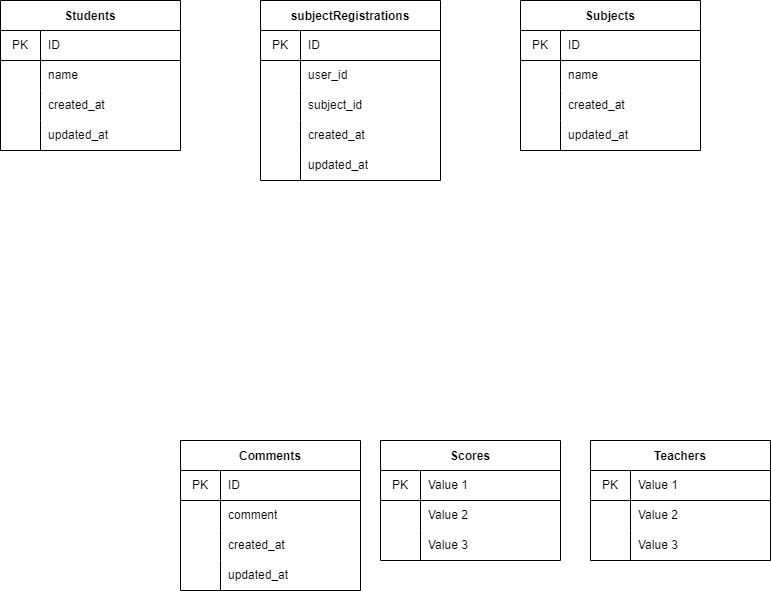
Earlier version of the draw.io export 20221026koyanagi/index.drawio.png (yuki-zirushi/PowerStruggle). Source tidied: cells renumbered, new cells last; positions are measured from the earlier drawing's top-left corner, leaving out a move shared by most shapes.
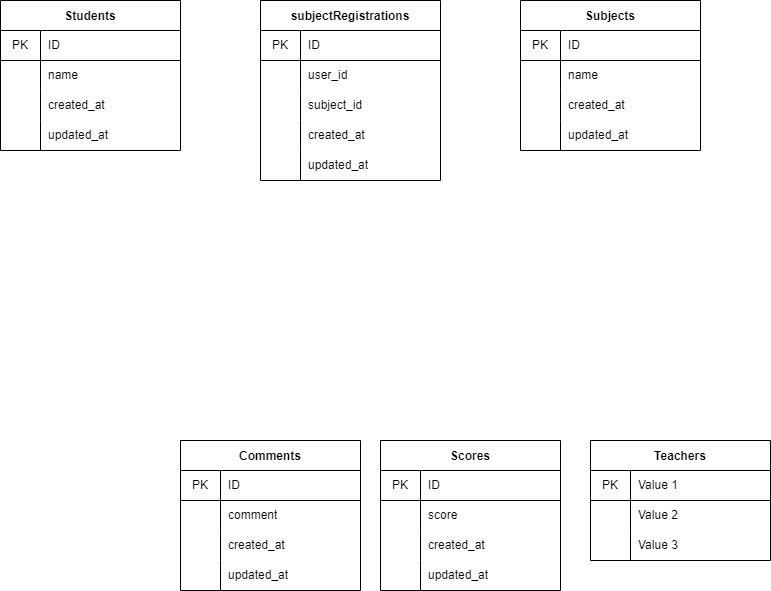
After the change.

What changed in the source:
```diff
@@ -168,7 +168,7 @@
       <mxGeometry x="40" width="140" height="30" as="geometry" />
     </mxCell>
     <mxCell id="57" value="Scores" style="shape=table;startSize=30;rowLines=0;fontStyle=1;align=center;" parent="1" vertex="1">
-      <mxGeometry x="380" y="440" width="180" height="120" as="geometry" />
+      <mxGeometry x="380" y="440" width="180" height="150" as="geometry" />
     </mxCell>
     <mxCell id="58" style="shape=partialRectangle;html=1;whiteSpace=wrap;fillColor=none;top=0;left=0;bottom=1;right=0;" parent="57" vertex="1">
       <mxGeometry y="30" width="180" height="30" as="geometry" />
@@ -176,7 +176,7 @@
     <mxCell id="59" value="PK" style="shape=partialRectangle;html=1;whiteSpace=wrap;fillColor=none;top=0;left=0;bottom=0;right=0;overflow=hidden;" parent="58" vertex="1">
       <mxGeometry width="40" height="30" as="geometry" />
     </mxCell>
-    <mxCell id="60" value="Value 1" style="shape=partialRectangle;html=1;whiteSpace=wrap;fillColor=none;top=0;left=0;bottom=0;right=0;align=left;spacingLeft=6;overflow=hidden;" parent="58" vertex="1">
+    <mxCell id="60" value="ID" style="shape=partialRectangle;html=1;whiteSpace=wrap;fillColor=none;top=0;left=0;bottom=0;right=0;align=left;spacingLeft=6;overflow=hidden;" parent="58" vertex="1">
       <mxGeometry x="40" width="140" height="30" as="geometry" />
     </mxCell>
     <mxCell id="61" style="shape=partialRectangle;html=1;whiteSpace=wrap;fillColor=none;top=0;left=0;bottom=0;right=0;" parent="57" vertex="1">
@@ -185,7 +185,7 @@
     <mxCell id="62" style="shape=partialRectangle;html=1;whiteSpace=wrap;fillColor=none;top=0;left=0;bottom=0;right=0;overflow=hidden;" parent="61" vertex="1">
       <mxGeometry width="40" height="30" as="geometry" />
     </mxCell>
-    <mxCell id="63" value="Value 2" style="shape=partialRectangle;html=1;whiteSpace=wrap;fillColor=none;top=0;left=0;bottom=0;right=0;align=left;spacingLeft=6;overflow=hidden;" parent="61" vertex="1">
+    <mxCell id="63" value="score" style="shape=partialRectangle;html=1;whiteSpace=wrap;fillColor=none;top=0;left=0;bottom=0;right=0;align=left;spacingLeft=6;overflow=hidden;" parent="61" vertex="1">
       <mxGeometry x="40" width="140" height="30" as="geometry" />
     </mxCell>
     <mxCell id="64" style="shape=partialRectangle;html=1;whiteSpace=wrap;fillColor=none;top=0;left=0;bottom=0;right=0;" parent="57" vertex="1">
@@ -194,9 +194,18 @@
     <mxCell id="65" style="shape=partialRectangle;html=1;whiteSpace=wrap;fillColor=none;top=0;left=0;bottom=0;right=0;overflow=hidden;" parent="64" vertex="1">
       <mxGeometry width="40" height="30" as="geometry" />
     </mxCell>
-    <mxCell id="66" value="Value 3" style="shape=partialRectangle;html=1;whiteSpace=wrap;fillColor=none;top=0;left=0;bottom=0;right=0;align=left;spacingLeft=6;overflow=hidden;" parent="64" vertex="1">
+    <mxCell id="66" value="created_at" style="shape=partialRectangle;html=1;whiteSpace=wrap;fillColor=none;top=0;left=0;bottom=0;right=0;align=left;spacingLeft=6;overflow=hidden;" parent="64" vertex="1">
       <mxGeometry x="40" width="140" height="30" as="geometry" />
     </mxCell>
+    <mxCell id="77" style="shape=partialRectangle;html=1;whiteSpace=wrap;fillColor=none;top=0;left=0;bottom=0;right=0;" parent="57" vertex="1">
+      <mxGeometry y="120" width="180" height="30" as="geometry" />
+    </mxCell>
+    <mxCell id="78" style="shape=partialRectangle;html=1;whiteSpace=wrap;fillColor=none;top=0;left=0;bottom=0;right=0;overflow=hidden;" parent="77" vertex="1">
+      <mxGeometry width="40" height="30" as="geometry" />
+    </mxCell>
+    <mxCell id="79" value="updated_at" style="shape=partialRectangle;html=1;whiteSpace=wrap;fillColor=none;top=0;left=0;bottom=0;right=0;align=left;spacingLeft=6;overflow=hidden;" parent="77" vertex="1">
+      <mxGeometry x="40" width="140" height="30" as="geometry" />
+    </mxCell>
     <mxCell id="67" value="Teachers" style="shape=table;startSize=30;rowLines=0;fontStyle=1;align=center;" parent="1" vertex="1">
       <mxGeometry x="590" y="440" width="180" height="120" as="geometry" />
     </mxCell>
```
